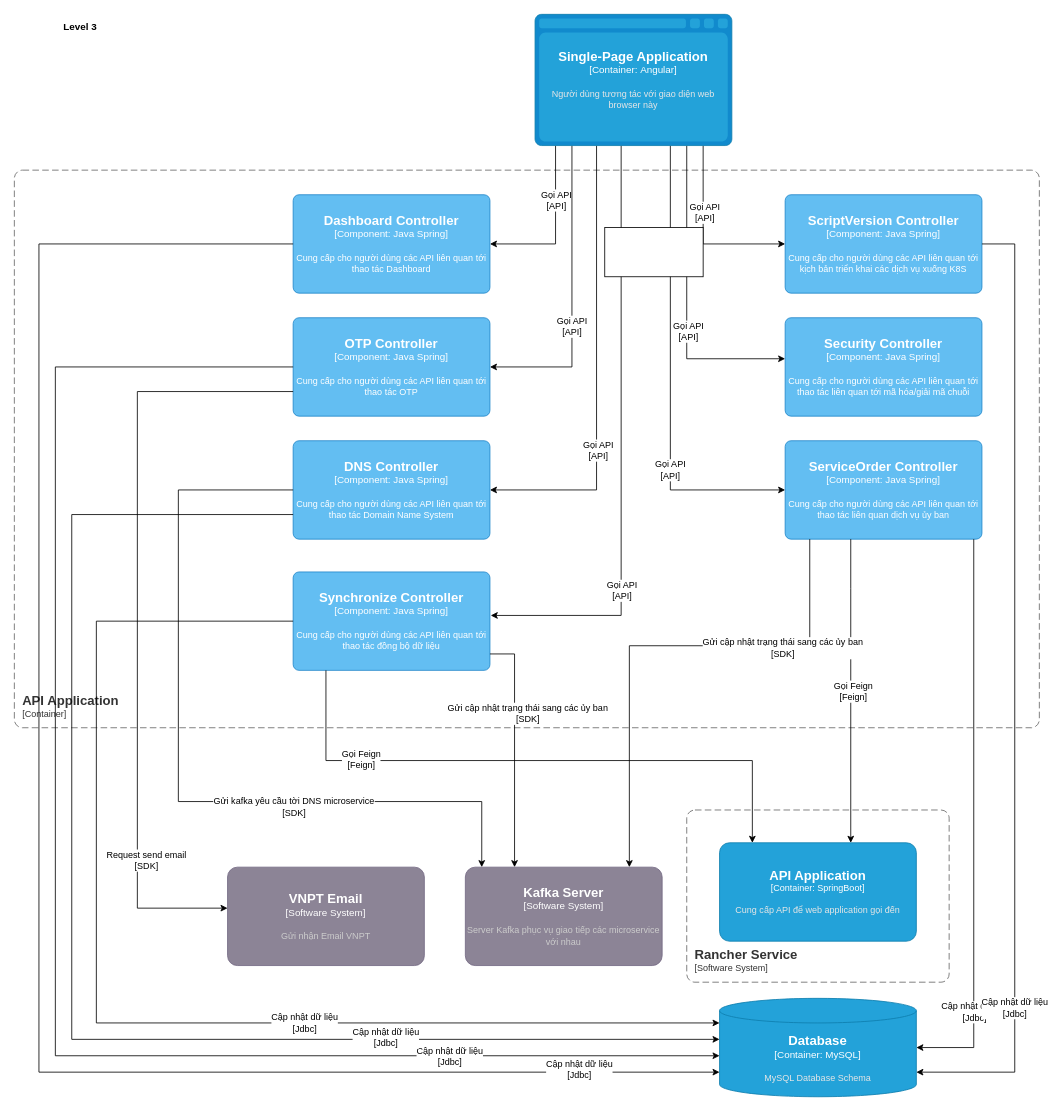
Before: IDG-Portal Lv3 ObjectStorage API Application.drawio in dangngocsoncntt/draw.io, a draw.io diagram. Source tidied: cells renumbered, new cells numbered last; positions are measured from the earlier drawing's top-left corner, leaving out a move shared by most shapes. Both pictures are drawn from the tidied source at 82%, with x=0, y=0 at pixel (14, 14).
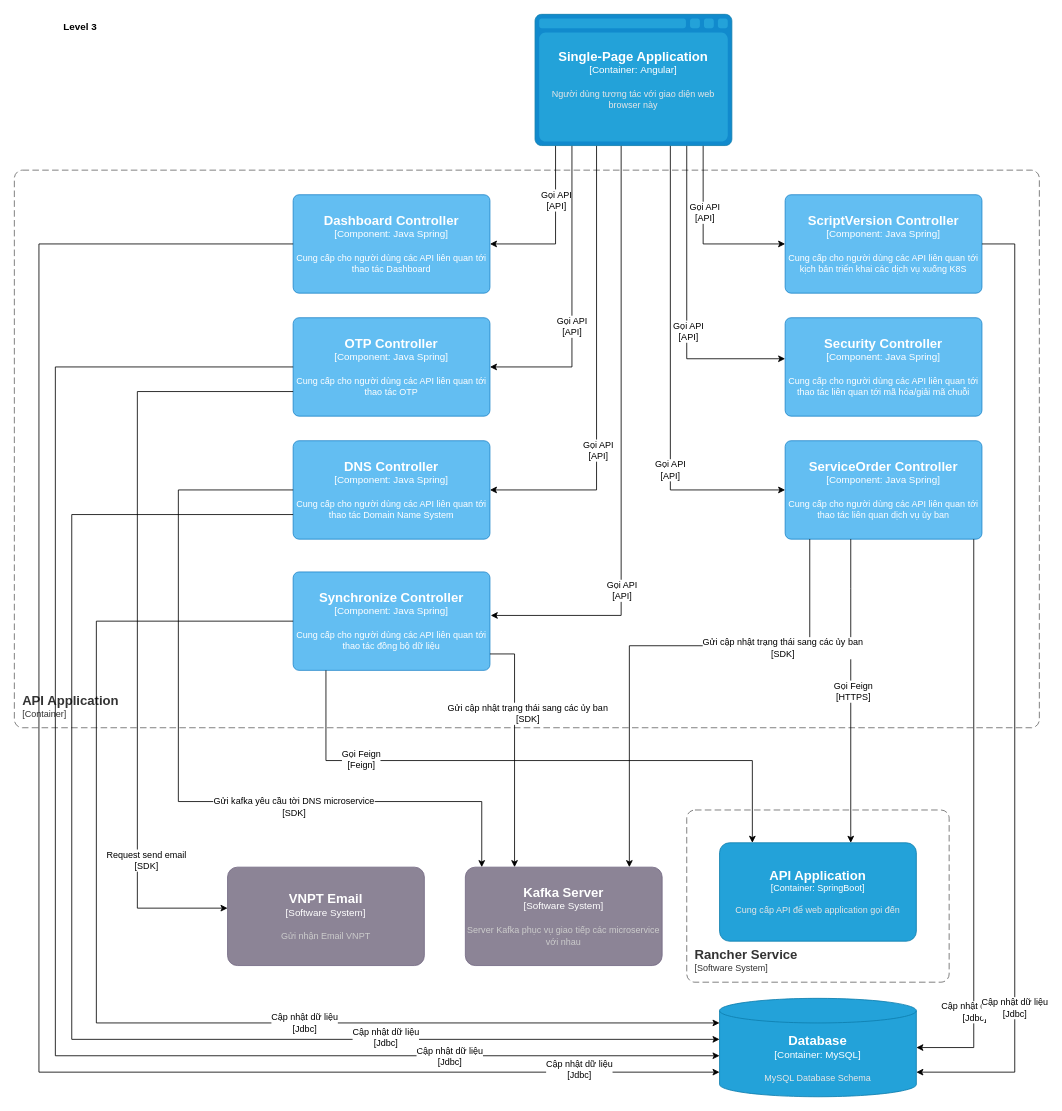
The same diagram, later.

The change refers to these unchanged cells:
```xml
<mxCell id="42" style="edgeStyle=orthogonalEdgeStyle;rounded=0;jettySize=auto;html=1;" parent="1" edge="1" source="10" target="48">
  <mxGeometry relative="1" as="geometry">
    <Array as="points">
      <mxPoint x="1020" y="700" />
      <mxPoint x="1020" y="700" />
    </Array>
  </mxGeometry>
</mxCell>
```

The edit, as a diff of the source:
```diff
@@
-    <mxCell id="43" value="Gọi Feign&lt;br&gt;[Feign]" style="edgeLabel;html=1;align=center;verticalAlign=middle;" parent="42" vertex="1">
+    <mxCell id="43" value="Gọi Feign&lt;br&gt;[HTTPS]" style="edgeLabel;html=1;align=center;verticalAlign=middle;" parent="42" vertex="1">
       <mxGeometry y="2" relative="1" as="geometry" />
     </mxCell>
@@
-    <mxCell id="55" style="rounded=0;whiteSpace=wrap;html=1;" parent="1" vertex="1">
-      <mxGeometry x="720" y="260" width="120" height="60" as="geometry" />
-    </mxCell>
```
